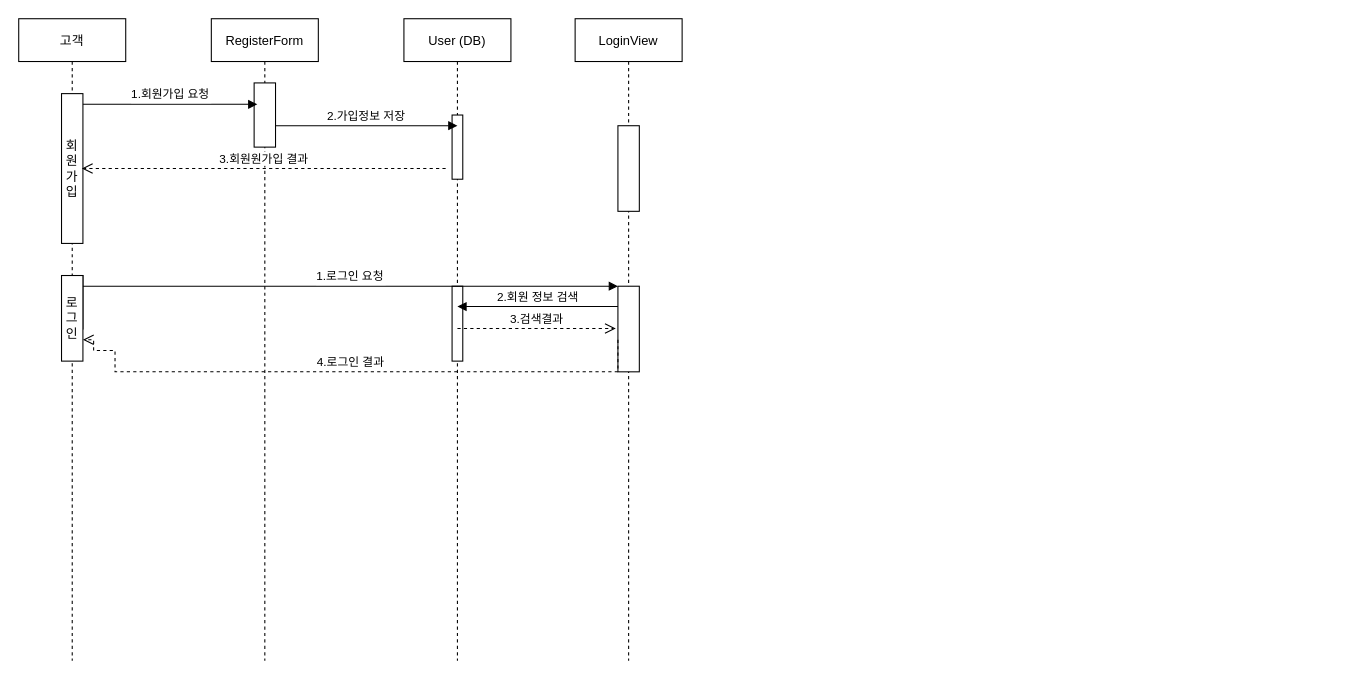
Before: Untitled Diagram.drawio in kyc3550/sharepofol-community, a draw.io diagram. Source tidied: cells renumbered, new cells numbered last; positions are measured from the earlier drawing's top-left corner, leaving out a move shared by most shapes. Both pictures are drawn from the tidied source at 107%, with x=0, y=0 at pixel (18, 18).
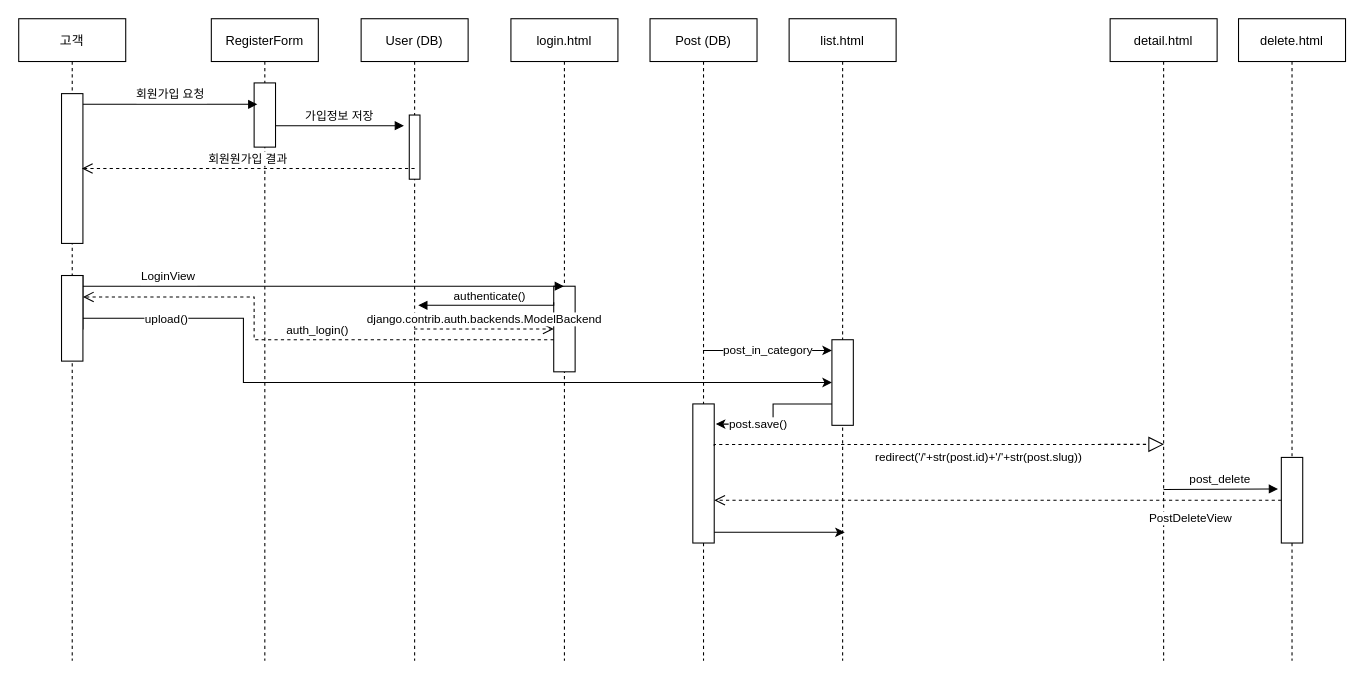
The same page after the edit.

The change refers to these unchanged cells:
```xml
<mxCell id="2" value="고객" style="shape=umlLifeline;perimeter=lifelinePerimeter;rounded=0;shadow=0;strokeWidth=1;" parent="1" vertex="1">
  <mxGeometry width="100" height="600" as="geometry" />
</mxCell>
```

What changed in the source:
```diff
@@
-    <mxCell id="3" value="회원가입" style="rounded=0;whiteSpace=wrap;html=1;" parent="2" vertex="1">
+    <mxCell id="3" style="rounded=0;whiteSpace=wrap;html=1;" parent="2" vertex="1">
       <mxGeometry x="40" y="70" width="20" height="140" as="geometry" />
     </mxCell>
@@
-    <mxCell id="6" value="1.회원가입 요청" style="verticalAlign=bottom;endArrow=block;entryX=0;entryY=0;shadow=0;strokeWidth=1;" parent="1" edge="1">
+    <mxCell id="6" value="회원가입 요청" style="verticalAlign=bottom;endArrow=block;entryX=0;entryY=0;shadow=0;strokeWidth=1;" parent="1" edge="1">
       <mxGeometry relative="1" as="geometry">
         <mxPoint x="60" y="80" as="sourcePoint" />
         <mxPoint x="223" y="80" as="targetPoint" />
       </mxGeometry>
     </mxCell>
     <mxCell id="7" value="User (DB)" style="shape=umlLifeline;perimeter=lifelinePerimeter;rounded=0;shadow=0;strokeWidth=1;" parent="1" vertex="1">
-      <mxGeometry x="360" width="100" height="600" as="geometry" />
+      <mxGeometry x="320" width="100" height="600" as="geometry" />
     </mxCell>
@@
-    <mxCell id="9" style="html=1;perimeter=orthogonalPerimeter;" parent="7" vertex="1">
-      <mxGeometry x="45" y="250" width="10" height="70" as="geometry" />
-    </mxCell>
-    <mxCell id="10" value="2.가입정보 저장" style="verticalAlign=bottom;endArrow=block;entryX=0;entryY=0;shadow=0;strokeWidth=1;" parent="1" edge="1">
+    <mxCell id="10" value="가입정보 저장" style="verticalAlign=bottom;endArrow=block;shadow=0;strokeWidth=1;" parent="1" edge="1">
       <mxGeometry relative="1" as="geometry">
         <mxPoint x="240" y="100" as="sourcePoint" />
-        <mxPoint x="410" y="100" as="targetPoint" />
+        <mxPoint x="360" y="100" as="targetPoint" />
       </mxGeometry>
     </mxCell>
-    <mxCell id="11" value="LoginView" style="shape=umlLifeline;perimeter=lifelinePerimeter;rounded=0;shadow=0;strokeWidth=1;" parent="1" vertex="1">
-      <mxGeometry x="520" width="100" height="600" as="geometry" />
+    <mxCell id="11" value="login.html" style="shape=umlLifeline;perimeter=lifelinePerimeter;rounded=0;shadow=0;strokeWidth=1;" parent="1" vertex="1">
+      <mxGeometry x="460" width="100" height="600" as="geometry" />
     </mxCell>
-    <mxCell id="12" style="rounded=0;whiteSpace=wrap;html=1;" parent="11" vertex="1">
-      <mxGeometry x="40" y="100" width="20" height="80" as="geometry" />
-    </mxCell>
@@
-    <mxCell id="14" value="2.회원 정보 검색" style="html=1;verticalAlign=bottom;endArrow=block;rounded=0;edgeStyle=orthogonalEdgeStyle;" parent="1" edge="1">
+    <mxCell id="14" value="authenticate()" style="html=1;verticalAlign=bottom;endArrow=block;rounded=0;edgeStyle=orthogonalEdgeStyle;entryX=0.524;entryY=0.453;entryDx=0;entryDy=0;entryPerimeter=0;" parent="1" edge="1">
       <mxGeometry relative="1" as="geometry">
-        <mxPoint x="560" y="269" as="sourcePoint" />
-        <mxPoint x="410" y="269" as="targetPoint" />
+        <mxPoint x="500" y="268" as="sourcePoint" />
+        <mxPoint x="373.4" y="267.8" as="targetPoint" />
         <Array as="points">
-          <mxPoint x="560" y="269" />
+          <mxPoint x="500" y="265" />
+          <mxPoint x="500" y="268" />
         </Array>
       </mxGeometry>
     </mxCell>
-    <mxCell id="15" value="3.검색결과" style="html=1;verticalAlign=bottom;endArrow=open;dashed=1;endSize=8;rounded=0;edgeStyle=orthogonalEdgeStyle;" parent="1" edge="1">
+    <mxCell id="15" value="django.contrib.auth.backends.ModelBackend" style="html=1;verticalAlign=bottom;endArrow=open;dashed=1;endSize=8;rounded=0;edgeStyle=orthogonalEdgeStyle;" parent="1" edge="1" source="7">
       <mxGeometry relative="1" as="geometry">
-        <mxPoint x="410" y="289.5" as="sourcePoint" />
-        <mxPoint x="558" y="289.5" as="targetPoint" />
+        <mxPoint x="500" y="290" as="targetPoint" />
         <Array as="points">
-          <mxPoint x="410" y="289.5" />
+          <mxPoint x="480" y="290" />
+          <mxPoint x="480" y="290" />
         </Array>
       </mxGeometry>
     </mxCell>
-    <mxCell id="16" value="4.로그인 결과" style="html=1;verticalAlign=bottom;endArrow=open;dashed=1;endSize=8;rounded=0;edgeStyle=orthogonalEdgeStyle;entryX=1;entryY=0.75;entryDx=0;entryDy=0;" parent="1" edge="1" target="18">
-      <mxGeometry relative="1" as="geometry">
-        <mxPoint x="560" y="300" as="sourcePoint" />
+    <mxCell id="16" value="auth_login()" style="html=1;verticalAlign=bottom;endArrow=open;dashed=1;endSize=8;rounded=0;edgeStyle=orthogonalEdgeStyle;entryX=1;entryY=0.25;entryDx=0;entryDy=0;" parent="1" edge="1" target="18">
+      <mxGeometry x="-0.08" relative="1" as="geometry">
+        <mxPoint x="500" y="300" as="sourcePoint" />
         <Array as="points">
-          <mxPoint x="560" y="330" />
-          <mxPoint x="90" y="330" />
-          <mxPoint x="90" y="310" />
-          <mxPoint x="70" y="310" />
-          <mxPoint x="70" y="300" />
+          <mxPoint x="220" y="300" />
+          <mxPoint x="220" y="260" />
         </Array>
       </mxGeometry>
     </mxCell>
@@
+    <mxCell id="21" style="edgeStyle=orthogonalEdgeStyle;rounded=0;jettySize=auto;html=1;entryX=0;entryY=0.5;entryDx=0;entryDy=0;exitX=1;exitY=0.5;exitDx=0;exitDy=0;" parent="1" edge="1" source="18" target="26">
+      <mxGeometry relative="1" as="geometry">
+        <Array as="points">
+          <mxPoint x="210" y="280" />
+          <mxPoint x="210" y="340" />
+        </Array>
+      </mxGeometry>
+    </mxCell>
+    <mxCell id="22" value="upload()" style="edgeLabel;html=1;align=center;verticalAlign=middle;" parent="21" vertex="1">
+      <mxGeometry x="0.45" y="-2" relative="1" as="geometry">
+        <mxPoint x="-414" y="-62" as="offset" />
+      </mxGeometry>
+    </mxCell>
-    <mxCell id="18" value="로그인" style="rounded=0;whiteSpace=wrap;html=1;" parent="1" vertex="1">
+    <mxCell id="18" style="rounded=0;whiteSpace=wrap;html=1;" parent="1" vertex="1">
       <mxGeometry x="40" y="240" width="20" height="80" as="geometry" />
     </mxCell>
-    <mxCell id="19" value="3.회원원가입 결과" style="html=1;verticalAlign=bottom;endArrow=open;dashed=1;endSize=8;rounded=0;edgeStyle=orthogonalEdgeStyle;" parent="1" edge="1">
+    <mxCell id="19" value="회원원가입 결과" style="html=1;verticalAlign=bottom;endArrow=open;dashed=1;endSize=8;rounded=0;edgeStyle=orthogonalEdgeStyle;" parent="1" edge="1">
       <mxGeometry relative="1" as="geometry">
-        <mxPoint x="399" y="140" as="sourcePoint" />
+        <mxPoint x="370" y="140" as="sourcePoint" />
         <mxPoint x="59" y="140" as="targetPoint" />
         <Array as="points">
           <mxPoint x="259" y="140" />
           <mxPoint x="259" y="140" />
         </Array>
       </mxGeometry>
     </mxCell>
-    <mxCell id="20" value="1.로그인 요청" style="verticalAlign=bottom;endArrow=block;shadow=0;strokeWidth=1;" parent="1" edge="1">
-      <mxGeometry relative="1" as="geometry">
+    <mxCell id="20" value="LoginView" style="verticalAlign=bottom;endArrow=block;shadow=0;strokeWidth=1;" parent="1" edge="1" target="11">
+      <mxGeometry x="-0.64" relative="1" as="geometry">
         <mxPoint x="60" y="250" as="sourcePoint" />
-        <mxPoint x="560" y="250" as="targetPoint" />
+        <mxPoint x="-1" as="offset" />
       </mxGeometry>
     </mxCell>
+    <mxCell id="23" value="Post (DB)" style="shape=umlLifeline;perimeter=lifelinePerimeter;rounded=0;shadow=0;strokeWidth=1;" parent="1" vertex="1">
+      <mxGeometry x="590" width="100" height="600" as="geometry" />
+    </mxCell>
+    <mxCell id="24" style="rounded=0;whiteSpace=wrap;html=1;" parent="23" vertex="1">
+      <mxGeometry x="40" y="360" width="20" height="130" as="geometry" />
+    </mxCell>
+    <mxCell id="25" value="list.html" style="shape=umlLifeline;perimeter=lifelinePerimeter;rounded=0;shadow=0;strokeWidth=1;" parent="1" vertex="1">
+      <mxGeometry x="720" width="100" height="600" as="geometry" />
+    </mxCell>
+    <mxCell id="26" style="rounded=0;whiteSpace=wrap;html=1;" parent="25" vertex="1">
+      <mxGeometry x="40" y="300" width="20" height="80" as="geometry" />
+    </mxCell>
+    <mxCell id="27" style="endArrow=block;dashed=1;endFill=0;endSize=12;html=1;rounded=0;edgeStyle=orthogonalEdgeStyle;entryX=0.503;entryY=0.663;entryDx=0;entryDy=0;entryPerimeter=0;" parent="25" edge="1" target="31">
+      <mxGeometry relative="1" as="geometry">
+        <mxPoint x="-70" y="399.4" as="sourcePoint" />
+        <Array as="points">
+          <mxPoint x="-70" y="398" />
+          <mxPoint x="10" y="398" />
+        </Array>
+      </mxGeometry>
+    </mxCell>
+    <mxCell id="28" value="redirect('/'+str(post.id)+'/'+str(post.slug))" style="edgeLabel;html=1;align=center;verticalAlign=middle;" parent="27" vertex="1">
+      <mxGeometry x="0.52" y="1" relative="1" as="geometry">
+        <mxPoint x="-72" y="13" as="offset" />
+      </mxGeometry>
+    </mxCell>
+    <mxCell id="29" style="edgeStyle=orthogonalEdgeStyle;rounded=0;jettySize=auto;html=1;exitX=0;exitY=0.75;exitDx=0;exitDy=0;entryX=1.074;entryY=0.145;entryDx=0;entryDy=0;entryPerimeter=0;" parent="1" edge="1" source="26" target="24">
+      <mxGeometry relative="1" as="geometry" />
+    </mxCell>
+    <mxCell id="30" value="post.save()" style="edgeLabel;html=1;align=center;verticalAlign=middle;" parent="29" vertex="1">
+      <mxGeometry x="0.38" relative="1" as="geometry" />
+    </mxCell>
+    <mxCell id="31" value="detail.html" style="shape=umlLifeline;perimeter=lifelinePerimeter;rounded=0;shadow=0;strokeWidth=1;" parent="1" vertex="1">
+      <mxGeometry x="1020" width="100" height="600" as="geometry" />
+    </mxCell>
+    <mxCell id="32" value="delete.html" style="shape=umlLifeline;perimeter=lifelinePerimeter;rounded=0;shadow=0;strokeWidth=1;" parent="1" vertex="1">
+      <mxGeometry x="1140" width="100" height="600" as="geometry" />
+    </mxCell>
+    <mxCell id="33" value="post_delete" style="verticalAlign=bottom;endArrow=block;shadow=0;strokeWidth=1;entryX=-0.156;entryY=0.368;entryDx=0;entryDy=0;entryPerimeter=0;" parent="32" edge="1" target="34">
+      <mxGeometry relative="1" as="geometry">
+        <mxPoint x="-70" y="440" as="sourcePoint" />
+      </mxGeometry>
+    </mxCell>
+    <mxCell id="34" style="rounded=0;whiteSpace=wrap;html=1;" parent="32" vertex="1">
+      <mxGeometry x="40" y="410" width="20" height="80" as="geometry" />
+    </mxCell>
+    <mxCell id="35" value="PostDeleteView" style="html=1;verticalAlign=bottom;endArrow=open;dashed=1;endSize=8;rounded=0;edgeStyle=orthogonalEdgeStyle;exitX=0;exitY=0.5;exitDx=0;exitDy=0;" parent="1" edge="1" source="34">
+      <mxGeometry x="-0.68" y="26" relative="1" as="geometry">
+        <mxPoint x="650" y="450" as="targetPoint" />
+      </mxGeometry>
+    </mxCell>
+    <mxCell id="36" value="post_in_category" style="edgeStyle=orthogonalEdgeStyle;rounded=0;jettySize=auto;html=1;" parent="1" edge="1" source="23">
+      <mxGeometry relative="1" as="geometry">
+        <mxPoint x="760" y="310" as="targetPoint" />
+        <Array as="points">
+          <mxPoint x="760" y="310" />
+        </Array>
+      </mxGeometry>
+    </mxCell>
+    <mxCell id="37" style="edgeStyle=orthogonalEdgeStyle;rounded=0;orthogonalLoop=1;jettySize=auto;html=1;" parent="1" edge="1">
+      <mxGeometry relative="1" as="geometry">
+        <mxPoint x="650" y="480" as="sourcePoint" />
+        <mxPoint x="772" y="480" as="targetPoint" />
+        <Array as="points">
+          <mxPoint x="772" y="480" />
+        </Array>
+      </mxGeometry>
+    </mxCell>
```
